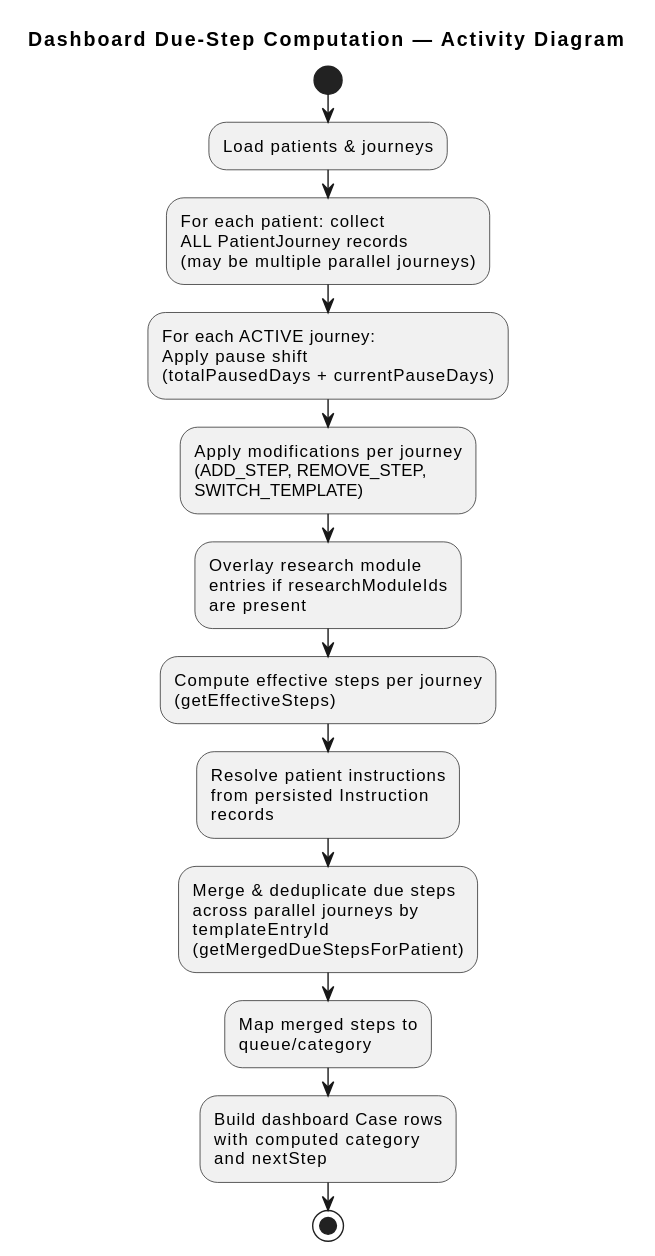
Above: docs/diagrams/dashboard-journey-computation.svg in gforge/DUK (PlantUML), before the change.
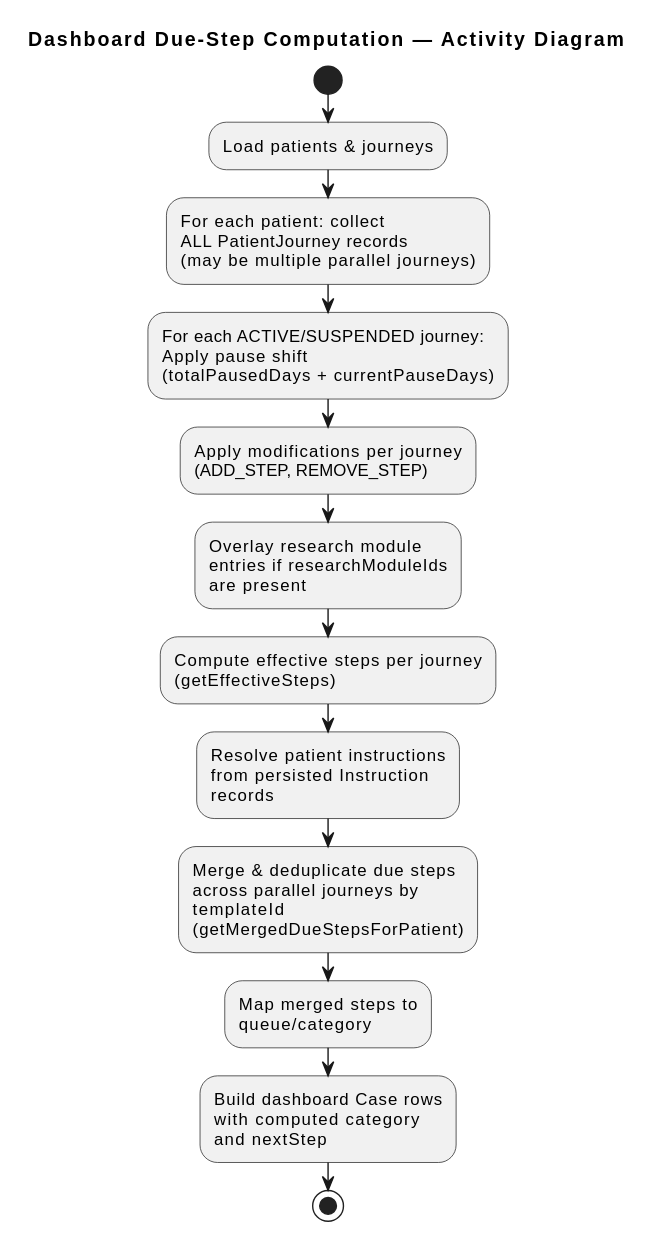
The same diagram one commit later.

What changed in the source:
```diff
@@ -6,12 +6,11 @@
 :For each patient: collect
 ALL PatientJourney records
 (may be multiple parallel journeys);
-:For each ACTIVE journey:
+:For each ACTIVE/SUSPENDED journey:
 Apply pause shift
 (totalPausedDays + currentPauseDays);
 :Apply modifications per journey
-(ADD_STEP, REMOVE_STEP,
-SWITCH_TEMPLATE);
+(ADD_STEP, REMOVE_STEP);
 :Overlay research module
 entries if researchModuleIds
 are present;
@@ -22,7 +21,7 @@
 records;
 :Merge & deduplicate due steps
 across parallel journeys by
-templateEntryId
+templateId
 (getMergedDueStepsForPatient);
 :Map merged steps to
 queue/category;
```
